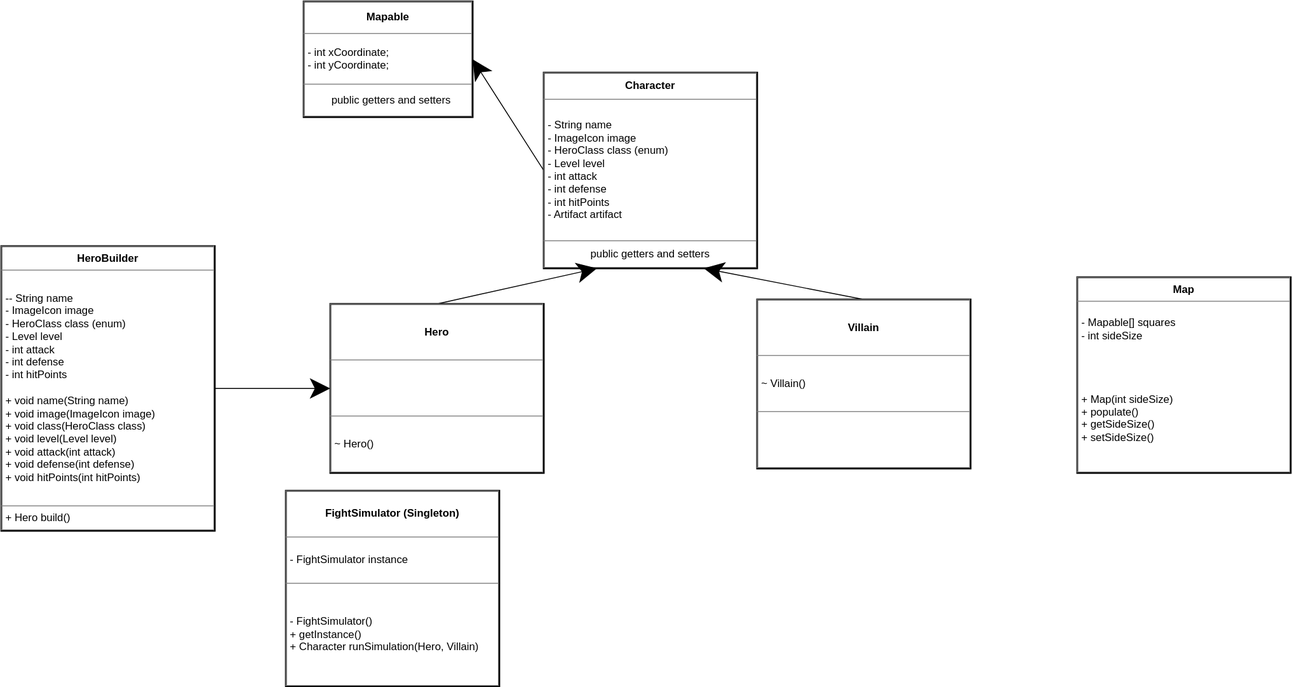
Before: uml_class_diagram.svg, a diagram exported from draw.io (tlouro-c/swingy). Source tidied: cells renumbered, new cells last; positions are measured from the earlier drawing's top-left corner, leaving out a move shared by most shapes.
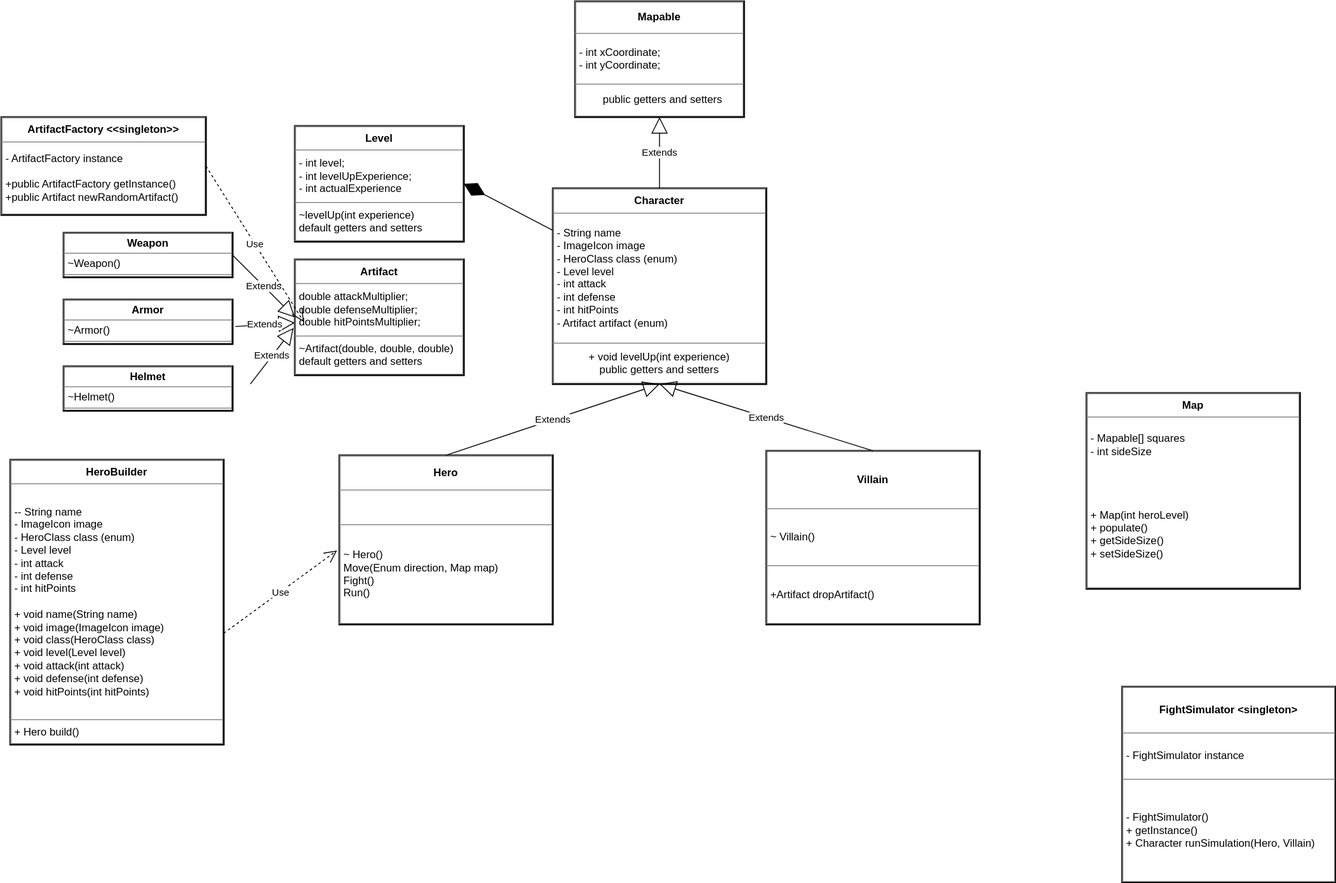
The same diagram one commit later.

Commit message:
Update UML Diagram

What changed in the source:
```diff
@@ -2,38 +2,79 @@
   <root>
     <mxCell id="0" />
     <mxCell id="1" parent="0" />
-    <mxCell id="2" style="edgeStyle=none;html=1;exitX=0;exitY=0.5;exitDx=0;exitDy=0;entryX=1;entryY=0.5;entryDx=0;entryDy=0;endSize=20;" parent="1" edge="1" source="3" target="10">
-      <mxGeometry relative="1" as="geometry" />
-    </mxCell>
-    <mxCell id="3" value="&lt;table border=&quot;1&quot; width=&quot;100%&quot; height=&quot;100%&quot; cellpadding=&quot;4&quot; style=&quot;width:100%;height:100%;border-collapse:collapse;&quot;&gt;&lt;tbody&gt;&lt;tr&gt;&lt;th align=&quot;center&quot;&gt;Character&lt;br&gt;&lt;/th&gt;&lt;/tr&gt;&lt;tr&gt;&lt;td&gt;- String name&lt;br&gt;- ImageIcon image&lt;br&gt;&lt;div style=&quot;&quot;&gt;&lt;span style=&quot;background-color: initial;&quot;&gt;- HeroClass class (enum)&lt;/span&gt;&lt;/div&gt;&lt;div style=&quot;&quot;&gt;&lt;span style=&quot;background-color: initial;&quot;&gt;- Level level&lt;/span&gt;&lt;/div&gt;&lt;div style=&quot;&quot;&gt;- int attack&lt;/div&gt;&lt;div style=&quot;&quot;&gt;- int defense&lt;/div&gt;&lt;div style=&quot;&quot;&gt;- int hitPoints&lt;/div&gt;&lt;div style=&quot;&quot;&gt;- Artifact artifact&lt;/div&gt;&lt;div style=&quot;&quot;&gt;&lt;/div&gt;&lt;/td&gt;&lt;/tr&gt;&lt;tr&gt;&lt;td align=&quot;center&quot;&gt;public getters and setters&lt;/td&gt;&lt;/tr&gt;&lt;/tbody&gt;&lt;/table&gt;" style="text;html=1;whiteSpace=wrap;strokeColor=default;fillColor=none;overflow=fill;strokeWidth=2;" parent="1" vertex="1">
+    <mxCell id="3" value="&lt;table border=&quot;1&quot; width=&quot;100%&quot; height=&quot;100%&quot; cellpadding=&quot;4&quot; style=&quot;width:100%;height:100%;border-collapse:collapse;&quot;&gt;&lt;tbody&gt;&lt;tr&gt;&lt;th align=&quot;center&quot;&gt;Character&lt;br&gt;&lt;/th&gt;&lt;/tr&gt;&lt;tr&gt;&lt;td&gt;- String name&lt;br&gt;- ImageIcon image&lt;br&gt;&lt;div style=&quot;&quot;&gt;&lt;span style=&quot;background-color: initial;&quot;&gt;- HeroClass class (enum)&lt;/span&gt;&lt;/div&gt;&lt;div style=&quot;&quot;&gt;&lt;span style=&quot;background-color: initial;&quot;&gt;- Level level&lt;/span&gt;&lt;/div&gt;&lt;div style=&quot;&quot;&gt;- int attack&lt;/div&gt;&lt;div style=&quot;&quot;&gt;- int defense&lt;/div&gt;&lt;div style=&quot;&quot;&gt;- int hitPoints&lt;/div&gt;&lt;div style=&quot;&quot;&gt;- Artifact artifact (enum)&lt;/div&gt;&lt;div style=&quot;&quot;&gt;&lt;/div&gt;&lt;/td&gt;&lt;/tr&gt;&lt;tr&gt;&lt;td align=&quot;center&quot;&gt;+ void levelUp(int experience)&lt;br&gt;public getters and setters&lt;/td&gt;&lt;/tr&gt;&lt;/tbody&gt;&lt;/table&gt;" style="text;html=1;whiteSpace=wrap;strokeColor=default;fillColor=none;overflow=fill;strokeWidth=2;" parent="1" vertex="1">
       <mxGeometry x="610" y="80" width="240" height="220" as="geometry" />
     </mxCell>
-    <mxCell id="4" style="edgeStyle=none;html=1;exitX=0.5;exitY=0;exitDx=0;exitDy=0;entryX=0.25;entryY=1;entryDx=0;entryDy=0;endSize=20;" parent="1" edge="1" source="5" target="3">
-      <mxGeometry relative="1" as="geometry" />
-    </mxCell>
-    <mxCell id="5" value="&lt;table border=&quot;1&quot; width=&quot;100%&quot; height=&quot;100%&quot; cellpadding=&quot;4&quot; style=&quot;width:100%;height:100%;border-collapse:collapse;&quot;&gt;&lt;tbody&gt;&lt;tr&gt;&lt;th align=&quot;center&quot;&gt;Hero&lt;br&gt;&lt;/th&gt;&lt;/tr&gt;&lt;tr&gt;&lt;td&gt;&lt;br&gt;&lt;/td&gt;&lt;/tr&gt;&lt;tr&gt;&lt;td&gt;~ Hero()&lt;/td&gt;&lt;/tr&gt;&lt;/tbody&gt;&lt;/table&gt;" style="text;html=1;whiteSpace=wrap;strokeColor=default;fillColor=none;overflow=fill;strokeWidth=2;" parent="1" vertex="1">
-      <mxGeometry x="370" y="340" width="240" height="190" as="geometry" />
+    <mxCell id="5" value="&lt;table border=&quot;1&quot; width=&quot;100%&quot; height=&quot;100%&quot; cellpadding=&quot;4&quot; style=&quot;width:100%;height:100%;border-collapse:collapse;&quot;&gt;&lt;tbody&gt;&lt;tr&gt;&lt;th align=&quot;center&quot;&gt;Hero&lt;br&gt;&lt;/th&gt;&lt;/tr&gt;&lt;tr&gt;&lt;td&gt;&lt;br&gt;&lt;/td&gt;&lt;/tr&gt;&lt;tr&gt;&lt;td&gt;~ Hero()&lt;br&gt;Move(Enum direction, Map map)&lt;br&gt;Fight()&lt;br&gt;Run()&lt;/td&gt;&lt;/tr&gt;&lt;/tbody&gt;&lt;/table&gt;" style="text;html=1;whiteSpace=wrap;strokeColor=default;fillColor=none;overflow=fill;strokeWidth=2;" parent="1" vertex="1">
+      <mxGeometry x="370" y="380" width="240" height="190" as="geometry" />
     </mxCell>
-    <mxCell id="6" value="&lt;table border=&quot;1&quot; width=&quot;100%&quot; height=&quot;100%&quot; cellpadding=&quot;4&quot; style=&quot;width:100%;height:100%;border-collapse:collapse;&quot;&gt;&lt;tbody&gt;&lt;tr&gt;&lt;th align=&quot;center&quot;&gt;FightSimulator (Singleton)&lt;/th&gt;&lt;/tr&gt;&lt;tr&gt;&lt;td&gt;- FightSimulator instance&lt;br&gt;&lt;/td&gt;&lt;/tr&gt;&lt;tr&gt;&lt;td&gt;- FightSimulator()&lt;br&gt;+ getInstance()&lt;br&gt;+ Character runSimulation(Hero, Villain)&lt;/td&gt;&lt;/tr&gt;&lt;/tbody&gt;&lt;/table&gt;" style="text;html=1;whiteSpace=wrap;strokeColor=default;fillColor=none;overflow=fill;strokeWidth=2;" parent="1" vertex="1">
-      <mxGeometry x="320" y="550" width="240" height="220" as="geometry" />
+    <mxCell id="6" value="&lt;table border=&quot;1&quot; width=&quot;100%&quot; height=&quot;100%&quot; cellpadding=&quot;4&quot; style=&quot;width:100%;height:100%;border-collapse:collapse;&quot;&gt;&lt;tbody&gt;&lt;tr&gt;&lt;th align=&quot;center&quot;&gt;FightSimulator &amp;lt;singleton&amp;gt;&lt;/th&gt;&lt;/tr&gt;&lt;tr&gt;&lt;td&gt;- FightSimulator instance&lt;br&gt;&lt;/td&gt;&lt;/tr&gt;&lt;tr&gt;&lt;td&gt;- FightSimulator()&lt;br&gt;+ getInstance()&lt;br&gt;+ Character runSimulation(Hero, Villain)&lt;/td&gt;&lt;/tr&gt;&lt;/tbody&gt;&lt;/table&gt;" style="text;html=1;whiteSpace=wrap;strokeColor=default;fillColor=none;overflow=fill;strokeWidth=2;" parent="1" vertex="1">
+      <mxGeometry x="1250" y="640" width="240" height="220" as="geometry" />
     </mxCell>
-    <mxCell id="7" value="&lt;table border=&quot;1&quot; width=&quot;100%&quot; height=&quot;100%&quot; cellpadding=&quot;4&quot; style=&quot;width:100%;height:100%;border-collapse:collapse;&quot;&gt;&lt;tbody&gt;&lt;tr&gt;&lt;th align=&quot;center&quot;&gt;Map&lt;/th&gt;&lt;/tr&gt;&lt;tr&gt;&lt;td&gt;- Mapable[] squares&lt;br&gt;- int sideSize&lt;br&gt;&lt;br&gt;&lt;br&gt;&lt;br&gt;&lt;br&gt;+ Map(int sideSize)&lt;br&gt;+ populate()&lt;br&gt;+ getSideSize()&lt;br&gt;+ setSideSize()&lt;br&gt;&lt;br&gt;&lt;/td&gt;&lt;/tr&gt;&lt;/tbody&gt;&lt;/table&gt;" style="text;html=1;whiteSpace=wrap;strokeColor=default;fillColor=none;overflow=fill;strokeWidth=2;" parent="1" vertex="1">
+    <mxCell id="7" value="&lt;table border=&quot;1&quot; width=&quot;100%&quot; height=&quot;100%&quot; cellpadding=&quot;4&quot; style=&quot;width:100%;height:100%;border-collapse:collapse;&quot;&gt;&lt;tbody&gt;&lt;tr&gt;&lt;th align=&quot;center&quot;&gt;Map&lt;/th&gt;&lt;/tr&gt;&lt;tr&gt;&lt;td&gt;- Mapable[] squares&lt;br&gt;- int sideSize&lt;br&gt;&lt;br&gt;&lt;br&gt;&lt;br&gt;&lt;br&gt;+ Map(int heroLevel)&lt;br&gt;+ populate()&lt;br&gt;+ getSideSize()&lt;br&gt;+ setSideSize()&lt;br&gt;&lt;br&gt;&lt;/td&gt;&lt;/tr&gt;&lt;/tbody&gt;&lt;/table&gt;" style="text;html=1;whiteSpace=wrap;strokeColor=default;fillColor=none;overflow=fill;strokeWidth=2;" parent="1" vertex="1">
       <mxGeometry x="1210" y="310" width="240" height="220" as="geometry" />
     </mxCell>
-    <mxCell id="8" style="edgeStyle=none;html=1;exitX=0.5;exitY=0;exitDx=0;exitDy=0;endSize=20;entryX=0.75;entryY=1;entryDx=0;entryDy=0;" parent="1" edge="1" source="9" target="3">
-      <mxGeometry relative="1" as="geometry" />
-    </mxCell>
-    <mxCell id="9" value="&lt;table border=&quot;1&quot; width=&quot;100%&quot; height=&quot;100%&quot; cellpadding=&quot;4&quot; style=&quot;width:100%;height:100%;border-collapse:collapse;&quot;&gt;&lt;tbody&gt;&lt;tr&gt;&lt;th align=&quot;center&quot;&gt;Villain&lt;/th&gt;&lt;/tr&gt;&lt;tr&gt;&lt;td&gt;~ Villain()&lt;/td&gt;&lt;/tr&gt;&lt;tr&gt;&lt;td&gt;&lt;br&gt;&lt;/td&gt;&lt;/tr&gt;&lt;/tbody&gt;&lt;/table&gt;" style="text;html=1;whiteSpace=wrap;strokeColor=default;fillColor=none;overflow=fill;strokeWidth=2;" parent="1" vertex="1">
-      <mxGeometry x="850" y="335" width="240" height="190" as="geometry" />
+    <mxCell id="9" value="&lt;table border=&quot;1&quot; width=&quot;100%&quot; height=&quot;100%&quot; cellpadding=&quot;4&quot; style=&quot;width:100%;height:100%;border-collapse:collapse;&quot;&gt;&lt;tbody&gt;&lt;tr&gt;&lt;th align=&quot;center&quot;&gt;Villain&lt;/th&gt;&lt;/tr&gt;&lt;tr&gt;&lt;td&gt;~ Villain()&lt;/td&gt;&lt;/tr&gt;&lt;tr&gt;&lt;td&gt;+Artifact dropArtifact()&lt;/td&gt;&lt;/tr&gt;&lt;/tbody&gt;&lt;/table&gt;" style="text;html=1;whiteSpace=wrap;strokeColor=default;fillColor=none;overflow=fill;strokeWidth=2;" parent="1" vertex="1">
+      <mxGeometry x="850" y="375" width="240" height="195" as="geometry" />
     </mxCell>
     <mxCell id="10" value="&lt;table border=&quot;1&quot; width=&quot;100%&quot; height=&quot;100%&quot; cellpadding=&quot;4&quot; style=&quot;width:100%;height:100%;border-collapse:collapse;&quot;&gt;&lt;tbody&gt;&lt;tr&gt;&lt;th align=&quot;center&quot;&gt;Mapable&lt;/th&gt;&lt;/tr&gt;&lt;tr&gt;&lt;td&gt;- int xCoordinate;&lt;br&gt;- int yCoordinate;&lt;/td&gt;&lt;/tr&gt;&lt;tr&gt;&lt;td&gt;&lt;span style=&quot;white-space: pre;&quot;&gt;&#9;&lt;/span&gt;public getters and setters&lt;br&gt;&lt;/td&gt;&lt;/tr&gt;&lt;/tbody&gt;&lt;/table&gt;" style="text;html=1;whiteSpace=wrap;strokeColor=default;fillColor=none;overflow=fill;strokeWidth=2;" parent="1" vertex="1">
-      <mxGeometry x="340" width="190" height="130" as="geometry" />
+      <mxGeometry x="635" y="-130" width="190" height="130" as="geometry" />
     </mxCell>
-    <mxCell id="11" style="edgeStyle=none;html=1;exitX=1;exitY=0.5;exitDx=0;exitDy=0;entryX=0;entryY=0.5;entryDx=0;entryDy=0;endSize=20;" parent="1" edge="1" source="12" target="5">
-      <mxGeometry relative="1" as="geometry" />
-    </mxCell>
     <mxCell id="12" value="&lt;table border=&quot;1&quot; width=&quot;100%&quot; height=&quot;100%&quot; cellpadding=&quot;4&quot; style=&quot;width:100%;height:100%;border-collapse:collapse;&quot;&gt;&lt;tbody&gt;&lt;tr&gt;&lt;th align=&quot;center&quot;&gt;HeroBuilder&lt;br&gt;&lt;/th&gt;&lt;/tr&gt;&lt;tr&gt;&lt;td&gt;-- String name&lt;br&gt;- ImageIcon image&lt;br&gt;&lt;div&gt;&lt;span style=&quot;background-color: initial;&quot;&gt;- HeroClass class (enum)&lt;/span&gt;&lt;/div&gt;&lt;div&gt;&lt;span style=&quot;background-color: initial;&quot;&gt;- Level level&lt;/span&gt;&lt;br&gt;&lt;/div&gt;&lt;div&gt;- int attack&lt;/div&gt;&lt;div&gt;- int defense&lt;/div&gt;&lt;div&gt;- int hitPoints&lt;/div&gt;&lt;div&gt;&lt;br&gt;&lt;/div&gt;&lt;div&gt;+ void name(String name)&lt;/div&gt;&lt;div&gt;+ void image(ImageIcon image)&lt;/div&gt;&lt;div&gt;+ void class(HeroClass class)&lt;/div&gt;&lt;div&gt;+ void level(Level level)&lt;/div&gt;&lt;div&gt;+ void attack(int attack)&lt;/div&gt;&lt;div&gt;+ void defense(int defense)&lt;/div&gt;&lt;div&gt;+ void hitPoints(int hitPoints)&lt;/div&gt;&lt;div&gt;&lt;/div&gt;&lt;/td&gt;&lt;/tr&gt;&lt;tr&gt;&lt;td&gt;+ Hero build()&lt;/td&gt;&lt;/tr&gt;&lt;/tbody&gt;&lt;/table&gt;" style="text;html=1;whiteSpace=wrap;strokeColor=default;fillColor=none;overflow=fill;strokeWidth=2;" parent="1" vertex="1">
-      <mxGeometry y="275" width="240" height="320" as="geometry" />
+      <mxGeometry y="385" width="240" height="320" as="geometry" />
     </mxCell>
+    <mxCell id="8" value="Extends" style="endArrow=block;endSize=16;endFill=0;html=1;exitX=0.5;exitY=0;exitDx=0;exitDy=0;entryX=0.5;entryY=1;entryDx=0;entryDy=0;" parent="1" edge="1" source="9" target="3">
+      <mxGeometry relative="1" as="geometry" />
+    </mxCell>
+    <mxCell id="13" value="Extends" style="endArrow=block;endSize=16;endFill=0;html=1;exitX=0.5;exitY=0;exitDx=0;exitDy=0;" parent="1" edge="1" source="5">
+      <mxGeometry relative="1" as="geometry">
+        <mxPoint x="730" y="300" as="targetPoint" />
+      </mxGeometry>
+    </mxCell>
+    <mxCell id="2" value="Extends" style="endArrow=block;endSize=16;endFill=0;html=1;entryX=0.5;entryY=1;entryDx=0;entryDy=0;exitX=0.5;exitY=0;exitDx=0;exitDy=0;" parent="1" edge="1" source="3" target="10">
+      <mxGeometry relative="1" as="geometry" />
+    </mxCell>
+    <mxCell id="14" value="&lt;table border=&quot;1&quot; width=&quot;100%&quot; height=&quot;100%&quot; cellpadding=&quot;4&quot; style=&quot;width:100%;height:100%;border-collapse:collapse;&quot;&gt;&lt;tbody&gt;&lt;tr&gt;&lt;th align=&quot;center&quot;&gt;Level&lt;/th&gt;&lt;/tr&gt;&lt;tr&gt;&lt;td&gt;- int level;&lt;br&gt;- int levelUpExperience;&lt;br&gt;- int actualExperience&lt;/td&gt;&lt;/tr&gt;&lt;tr&gt;&lt;td&gt;~levelUp(int experience)&lt;br&gt;default getters and setters&lt;br&gt;&lt;/td&gt;&lt;/tr&gt;&lt;/tbody&gt;&lt;/table&gt;" style="text;html=1;whiteSpace=wrap;strokeColor=default;fillColor=none;overflow=fill;strokeWidth=2;" parent="1" vertex="1">
+      <mxGeometry x="320" y="10" width="190" height="130" as="geometry" />
+    </mxCell>
+    <mxCell id="15" style="endArrow=diamondThin;endFill=1;endSize=24;html=1;entryX=1;entryY=0.5;entryDx=0;entryDy=0;" parent="1" edge="1" source="3" target="14">
+      <mxGeometry relative="1" as="geometry" />
+    </mxCell>
+    <mxCell id="16" value="&lt;table border=&quot;1&quot; width=&quot;100%&quot; height=&quot;100%&quot; cellpadding=&quot;4&quot; style=&quot;width:100%;height:100%;border-collapse:collapse;&quot;&gt;&lt;tbody&gt;&lt;tr&gt;&lt;th align=&quot;center&quot;&gt;Artifact&lt;/th&gt;&lt;/tr&gt;&lt;tr&gt;&lt;td&gt;double attackMultiplier;&lt;br&gt;double defenseMultiplier;&lt;br&gt;double hitPointsMultiplier;&lt;/td&gt;&lt;/tr&gt;&lt;tr&gt;&lt;td&gt;~Artifact(double, double, double)&lt;br&gt;default getters and setters&lt;br&gt;&lt;/td&gt;&lt;/tr&gt;&lt;/tbody&gt;&lt;/table&gt;" style="text;html=1;whiteSpace=wrap;strokeColor=default;fillColor=none;overflow=fill;strokeWidth=2;" parent="1" vertex="1">
+      <mxGeometry x="320" y="160" width="190" height="130" as="geometry" />
+    </mxCell>
+    <mxCell id="17" value="Use" style="endArrow=open;endSize=12;dashed=1;html=1;entryX=-0.011;entryY=0.563;entryDx=0;entryDy=0;entryPerimeter=0;" parent="1" edge="1" target="5">
+      <mxGeometry relative="1" as="geometry">
+        <mxPoint x="240" y="580" as="sourcePoint" />
+      </mxGeometry>
+    </mxCell>
+    <mxCell id="18" value="&lt;table border=&quot;1&quot; width=&quot;100%&quot; height=&quot;100%&quot; cellpadding=&quot;4&quot; style=&quot;width:100%;height:100%;border-collapse:collapse;&quot;&gt;&lt;tbody&gt;&lt;tr&gt;&lt;th align=&quot;center&quot;&gt;Weapon&lt;/th&gt;&lt;/tr&gt;&lt;tr&gt;&lt;td&gt;~Weapon()&lt;/td&gt;&lt;/tr&gt;&lt;tr&gt;&lt;td&gt;&lt;br&gt;&lt;/td&gt;&lt;/tr&gt;&lt;/tbody&gt;&lt;/table&gt;" style="text;html=1;whiteSpace=wrap;strokeColor=default;fillColor=none;overflow=fill;strokeWidth=2;" parent="1" vertex="1">
+      <mxGeometry x="60" y="130" width="190" height="50" as="geometry" />
+    </mxCell>
+    <mxCell id="19" value="&lt;table border=&quot;1&quot; width=&quot;100%&quot; height=&quot;100%&quot; cellpadding=&quot;4&quot; style=&quot;width:100%;height:100%;border-collapse:collapse;&quot;&gt;&lt;tbody&gt;&lt;tr&gt;&lt;th align=&quot;center&quot;&gt;Armor&lt;/th&gt;&lt;/tr&gt;&lt;tr&gt;&lt;td&gt;~Armor()&lt;/td&gt;&lt;/tr&gt;&lt;tr&gt;&lt;td&gt;&lt;br&gt;&lt;/td&gt;&lt;/tr&gt;&lt;/tbody&gt;&lt;/table&gt;" style="text;html=1;whiteSpace=wrap;strokeColor=default;fillColor=none;overflow=fill;strokeWidth=2;" parent="1" vertex="1">
+      <mxGeometry x="60" y="205" width="190" height="50" as="geometry" />
+    </mxCell>
+    <mxCell id="20" value="&lt;table border=&quot;1&quot; width=&quot;100%&quot; height=&quot;100%&quot; cellpadding=&quot;4&quot; style=&quot;width:100%;height:100%;border-collapse:collapse;&quot;&gt;&lt;tbody&gt;&lt;tr&gt;&lt;th align=&quot;center&quot;&gt;Helmet&lt;/th&gt;&lt;/tr&gt;&lt;tr&gt;&lt;td&gt;~Helmet()&lt;/td&gt;&lt;/tr&gt;&lt;tr&gt;&lt;td&gt;&lt;br&gt;&lt;/td&gt;&lt;/tr&gt;&lt;/tbody&gt;&lt;/table&gt;" style="text;html=1;whiteSpace=wrap;strokeColor=default;fillColor=none;overflow=fill;strokeWidth=2;" parent="1" vertex="1">
+      <mxGeometry x="60" y="280" width="190" height="50" as="geometry" />
+    </mxCell>
+    <mxCell id="21" value="Extends" style="endArrow=block;endSize=16;endFill=0;html=1;exitX=0.5;exitY=0;exitDx=0;exitDy=0;entryX=-0.008;entryY=0.592;entryDx=0;entryDy=0;entryPerimeter=0;" parent="1" edge="1" target="16">
+      <mxGeometry relative="1" as="geometry">
+        <mxPoint x="270" y="300" as="sourcePoint" />
+      </mxGeometry>
+    </mxCell>
+    <mxCell id="22" value="Extends" style="endArrow=block;endSize=16;endFill=0;html=1;exitX=1.016;exitY=0.607;exitDx=0;exitDy=0;exitPerimeter=0;" parent="1" edge="1" source="19" target="16">
+      <mxGeometry relative="1" as="geometry" />
+    </mxCell>
+    <mxCell id="23" value="Extends" style="endArrow=block;endSize=16;endFill=0;html=1;exitX=1;exitY=0.5;exitDx=0;exitDy=0;entryX=0;entryY=0.5;entryDx=0;entryDy=0;" parent="1" edge="1" source="18" target="16">
+      <mxGeometry relative="1" as="geometry" />
+    </mxCell>
+    <mxCell id="24" value="&lt;table border=&quot;1&quot; width=&quot;100%&quot; height=&quot;100%&quot; cellpadding=&quot;4&quot; style=&quot;width:100%;height:100%;border-collapse:collapse;&quot;&gt;&lt;tbody&gt;&lt;tr&gt;&lt;th align=&quot;center&quot;&gt;ArtifactFactory &amp;lt;&amp;lt;singleton&amp;gt;&amp;gt;&lt;/th&gt;&lt;/tr&gt;&lt;tr&gt;&lt;td&gt;- ArtifactFactory instance&lt;br&gt;&lt;br&gt;+public ArtifactFactory getInstance()&lt;br&gt;+public Artifact newRandomArtifact()&lt;/td&gt;&lt;/tr&gt;&lt;/tbody&gt;&lt;/table&gt;" style="text;html=1;whiteSpace=wrap;strokeColor=default;fillColor=none;overflow=fill;strokeWidth=2;" parent="1" vertex="1">
+      <mxGeometry x="-10" width="230" height="110" as="geometry" />
+    </mxCell>
+    <mxCell id="25" value="Use" style="endArrow=open;endSize=12;dashed=1;html=1;exitX=1;exitY=0.5;exitDx=0;exitDy=0;" parent="1" edge="1" source="24">
+      <mxGeometry relative="1" as="geometry">
+        <mxPoint x="330" y="230" as="targetPoint" />
+      </mxGeometry>
+    </mxCell>
   </root>
 </mxGraphModel>
```
